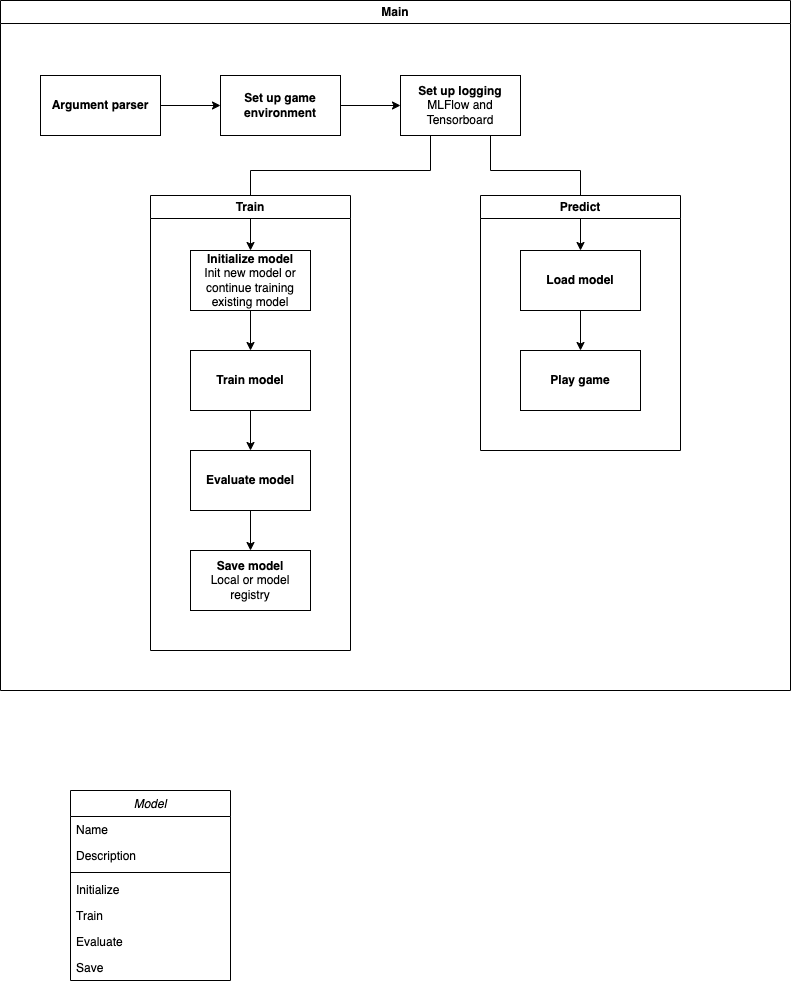
The draw.io diagram code_structure.drawio.png in hjerpe/open-ai-gym, before a commit. Source tidied: cells renumbered, new cells last; positions are measured from the earlier drawing's top-left corner, leaving out a move shared by most shapes. The source it was exported from:
```xml
<mxGraphModel>
  <root>
    <mxCell id="0" />
    <mxCell id="1" parent="0" />
    <mxCell id="2" value="Model" style="swimlane;fontStyle=2;align=center;verticalAlign=top;horizontal=1;startSize=26;rounded=0;shadow=0;strokeWidth=1;" parent="1" vertex="1">
      <mxGeometry x="70" y="790" width="160" height="190" as="geometry" />
    </mxCell>
    <mxCell id="3" value="Name" style="text;align=left;verticalAlign=top;spacingLeft=4;spacingRight=4;overflow=hidden;" parent="2" vertex="1">
      <mxGeometry y="26" width="160" height="26" as="geometry" />
    </mxCell>
    <mxCell id="4" value="Description" style="text;align=left;verticalAlign=top;spacingLeft=4;spacingRight=4;overflow=hidden;rounded=0;shadow=0;html=0;" parent="2" vertex="1">
      <mxGeometry y="52" width="160" height="26" as="geometry" />
    </mxCell>
    <mxCell id="5" style="line;html=1;strokeWidth=1;align=left;verticalAlign=middle;spacingTop=-1;spacingLeft=3;spacingRight=3;labelPosition=right;" parent="2" vertex="1">
      <mxGeometry y="78" width="160" height="8" as="geometry" />
    </mxCell>
    <mxCell id="6" value="Initialize" style="text;align=left;verticalAlign=top;spacingLeft=4;spacingRight=4;overflow=hidden;" parent="2" vertex="1">
      <mxGeometry y="86" width="160" height="26" as="geometry" />
    </mxCell>
    <mxCell id="7" value="Train" style="text;align=left;verticalAlign=top;spacingLeft=4;spacingRight=4;overflow=hidden;points=[[0,0.5],[1,0.5]];portConstraint=eastwest;" parent="2" vertex="1">
      <mxGeometry y="112" width="160" height="26" as="geometry" />
    </mxCell>
    <mxCell id="8" value="Evaluate" style="text;align=left;verticalAlign=top;spacingLeft=4;spacingRight=4;overflow=hidden;" parent="2" vertex="1">
      <mxGeometry y="138" width="160" height="26" as="geometry" />
    </mxCell>
    <mxCell id="9" value="Save" style="text;align=left;verticalAlign=top;spacingLeft=4;spacingRight=4;overflow=hidden;" parent="2" vertex="1">
      <mxGeometry y="164" width="160" height="26" as="geometry" />
    </mxCell>
    <mxCell id="10" value="Main" style="swimlane;whiteSpace=wrap;html=1;fillColor=default;" parent="1" vertex="1">
      <mxGeometry width="790" height="690" as="geometry" />
    </mxCell>
    <mxCell id="11" value="&lt;b&gt;Argument parser&lt;/b&gt;" style="rounded=0;whiteSpace=wrap;html=1;fillColor=default;" parent="10" vertex="1">
      <mxGeometry x="40" y="75" width="120" height="60" as="geometry" />
    </mxCell>
    <mxCell id="12" value="&lt;b&gt;Set up game environment&lt;/b&gt;" style="rounded=0;whiteSpace=wrap;html=1;fillColor=default;" parent="10" vertex="1">
      <mxGeometry x="220" y="75" width="120" height="60" as="geometry" />
    </mxCell>
    <mxCell id="13" style="endArrow=classic;html=1;rounded=0;exitX=1;exitY=0.5;exitDx=0;exitDy=0;" parent="10" edge="1" source="11" target="12">
      <mxGeometry relative="1" as="geometry" />
    </mxCell>
    <mxCell id="14" style="edgeStyle=orthogonalEdgeStyle;rounded=0;jettySize=auto;html=1;exitX=0.25;exitY=1;exitDx=0;exitDy=0;entryX=0.5;entryY=0;entryDx=0;entryDy=0;" parent="10" edge="1" source="16" target="20">
      <mxGeometry relative="1" as="geometry">
        <Array as="points">
          <mxPoint x="430" y="170" />
          <mxPoint x="250" y="170" />
        </Array>
      </mxGeometry>
    </mxCell>
    <mxCell id="15" style="edgeStyle=orthogonalEdgeStyle;rounded=0;jettySize=auto;html=1;exitX=0.75;exitY=1;exitDx=0;exitDy=0;entryX=0.5;entryY=0;entryDx=0;entryDy=0;" parent="10" edge="1" source="16" target="28">
      <mxGeometry relative="1" as="geometry">
        <Array as="points">
          <mxPoint x="490" y="170" />
          <mxPoint x="580" y="170" />
        </Array>
      </mxGeometry>
    </mxCell>
    <mxCell id="16" value="&lt;b&gt;Set up logging&lt;/b&gt;&lt;br&gt;MLFlow and Tensorboard" style="rounded=0;whiteSpace=wrap;html=1;fillColor=default;" parent="10" vertex="1">
      <mxGeometry x="400" y="75" width="120" height="60" as="geometry" />
    </mxCell>
    <mxCell id="17" style="endArrow=classic;html=1;rounded=0;exitX=1;exitY=0.5;exitDx=0;exitDy=0;" parent="10" edge="1" source="12" target="16">
      <mxGeometry relative="1" as="geometry" />
    </mxCell>
    <mxCell id="18" value="Train" style="swimlane;whiteSpace=wrap;html=1;fillColor=default;startSize=23;" parent="10" vertex="1">
      <mxGeometry x="150" y="195" width="200" height="455" as="geometry" />
    </mxCell>
    <mxCell id="19" style="edgeStyle=orthogonalEdgeStyle;rounded=0;jettySize=auto;html=1;" parent="18" edge="1" source="20" target="22">
      <mxGeometry relative="1" as="geometry" />
    </mxCell>
    <mxCell id="20" value="&lt;b&gt;Initialize&amp;nbsp;model&lt;/b&gt;&lt;br&gt;Init new model or continue training existing model" style="rounded=0;whiteSpace=wrap;html=1;fillColor=default;" parent="18" vertex="1">
      <mxGeometry x="40" y="55" width="120" height="60" as="geometry" />
    </mxCell>
    <mxCell id="21" style="edgeStyle=orthogonalEdgeStyle;rounded=0;jettySize=auto;html=1;" parent="18" edge="1" source="22" target="24">
      <mxGeometry relative="1" as="geometry" />
    </mxCell>
    <mxCell id="22" value="&lt;b&gt;Train model&lt;/b&gt;" style="whiteSpace=wrap;html=1;rounded=0;" parent="18" vertex="1">
      <mxGeometry x="40" y="155" width="120" height="60" as="geometry" />
    </mxCell>
    <mxCell id="23" style="edgeStyle=orthogonalEdgeStyle;rounded=0;jettySize=auto;html=1;" parent="18" edge="1" source="24" target="25">
      <mxGeometry relative="1" as="geometry" />
    </mxCell>
    <mxCell id="24" value="&lt;b&gt;Evaluate model&lt;/b&gt;" style="whiteSpace=wrap;html=1;rounded=0;" parent="18" vertex="1">
      <mxGeometry x="40" y="255" width="120" height="60" as="geometry" />
    </mxCell>
    <mxCell id="25" value="&lt;b&gt;Save model&lt;/b&gt;&lt;br&gt;Local or model registry" style="whiteSpace=wrap;html=1;rounded=0;" parent="18" vertex="1">
      <mxGeometry x="40" y="355" width="120" height="60" as="geometry" />
    </mxCell>
    <mxCell id="26" value="Predict" style="swimlane;whiteSpace=wrap;html=1;fillColor=default;startSize=23;" parent="10" vertex="1">
      <mxGeometry x="480" y="195" width="200" height="255" as="geometry" />
    </mxCell>
    <mxCell id="27" style="edgeStyle=orthogonalEdgeStyle;rounded=0;jettySize=auto;html=1;" parent="26" edge="1" source="28" target="29">
      <mxGeometry relative="1" as="geometry" />
    </mxCell>
    <mxCell id="28" value="&lt;b&gt;Load model&lt;/b&gt;" style="rounded=0;whiteSpace=wrap;html=1;fillColor=default;" parent="26" vertex="1">
      <mxGeometry x="40" y="55" width="120" height="60" as="geometry" />
    </mxCell>
    <mxCell id="29" value="&lt;b&gt;Play game&lt;/b&gt;" style="whiteSpace=wrap;html=1;rounded=0;" parent="26" vertex="1">
      <mxGeometry x="40" y="155" width="120" height="60" as="geometry" />
    </mxCell>
  </root>
</mxGraphModel>
```
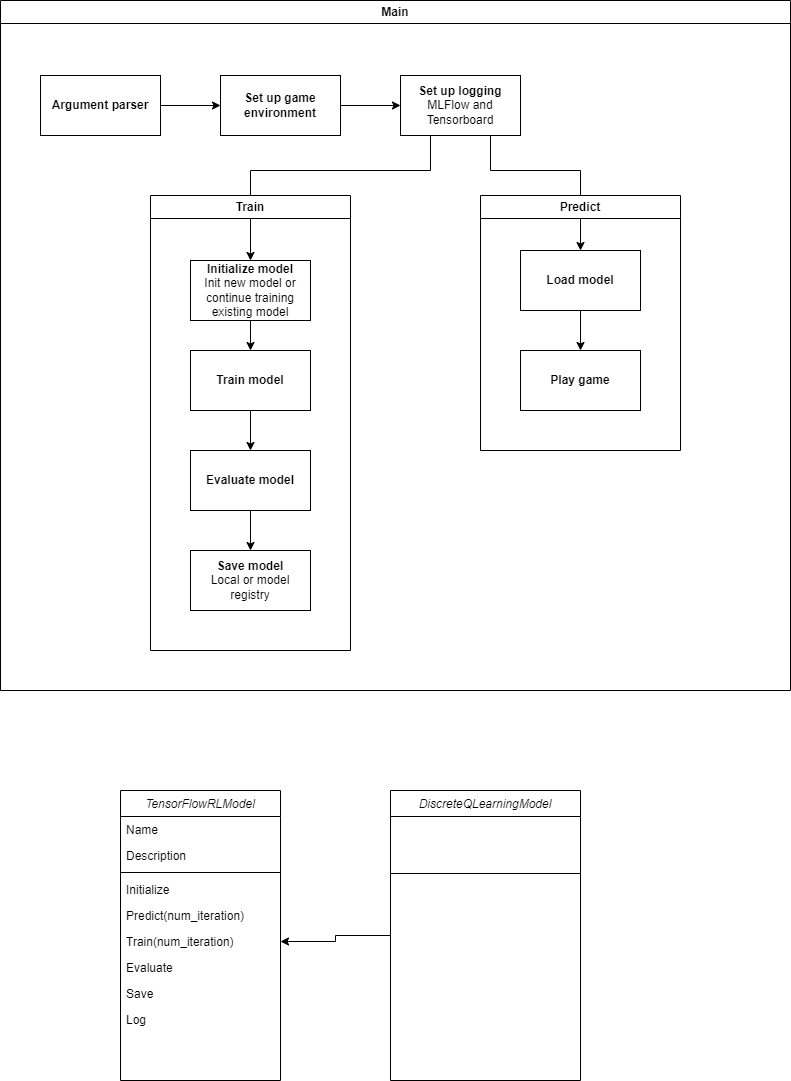
The same file after the commit.

Commit message:
Update code structure drawio

The edit, as a diff of the source:
```diff
@@ -2,8 +2,8 @@
   <root>
     <mxCell id="0" />
     <mxCell id="1" parent="0" />
-    <mxCell id="2" value="Model" style="swimlane;fontStyle=2;align=center;verticalAlign=top;horizontal=1;startSize=26;rounded=0;shadow=0;strokeWidth=1;" parent="1" vertex="1">
-      <mxGeometry x="70" y="790" width="160" height="190" as="geometry" />
+    <mxCell id="2" value="TensorFlowRLModel" style="swimlane;fontStyle=2;align=center;verticalAlign=top;horizontal=1;startSize=26;rounded=0;shadow=0;strokeWidth=1;" parent="1" vertex="1">
+      <mxGeometry x="120" y="790" width="160" height="290" as="geometry" />
     </mxCell>
     <mxCell id="3" value="Name" style="text;align=left;verticalAlign=top;spacingLeft=4;spacingRight=4;overflow=hidden;" parent="2" vertex="1">
       <mxGeometry y="26" width="160" height="26" as="geometry" />
@@ -17,15 +17,21 @@
     <mxCell id="6" value="Initialize" style="text;align=left;verticalAlign=top;spacingLeft=4;spacingRight=4;overflow=hidden;" parent="2" vertex="1">
       <mxGeometry y="86" width="160" height="26" as="geometry" />
     </mxCell>
+    <mxCell id="30" value="Predict(num_iteration)" style="text;align=left;verticalAlign=top;spacingLeft=4;spacingRight=4;overflow=hidden;" parent="2" vertex="1">
+      <mxGeometry y="112" width="160" height="26" as="geometry" />
+    </mxCell>
-    <mxCell id="7" value="Train" style="text;align=left;verticalAlign=top;spacingLeft=4;spacingRight=4;overflow=hidden;points=[[0,0.5],[1,0.5]];portConstraint=eastwest;" parent="2" vertex="1">
-      <mxGeometry y="112" width="160" height="26" as="geometry" />
+    <mxCell id="7" value="Train(num_iteration)" style="text;align=left;verticalAlign=top;spacingLeft=4;spacingRight=4;overflow=hidden;points=[[0,0.5],[1,0.5]];portConstraint=eastwest;" parent="2" vertex="1">
+      <mxGeometry y="138" width="160" height="26" as="geometry" />
     </mxCell>
     <mxCell id="8" value="Evaluate" style="text;align=left;verticalAlign=top;spacingLeft=4;spacingRight=4;overflow=hidden;" parent="2" vertex="1">
-      <mxGeometry y="138" width="160" height="26" as="geometry" />
+      <mxGeometry y="164" width="160" height="26" as="geometry" />
     </mxCell>
     <mxCell id="9" value="Save" style="text;align=left;verticalAlign=top;spacingLeft=4;spacingRight=4;overflow=hidden;" parent="2" vertex="1">
-      <mxGeometry y="164" width="160" height="26" as="geometry" />
+      <mxGeometry y="190" width="160" height="26" as="geometry" />
     </mxCell>
+    <mxCell id="31" value="Log" style="text;align=left;verticalAlign=top;spacingLeft=4;spacingRight=4;overflow=hidden;" parent="2" vertex="1">
+      <mxGeometry y="216" width="160" height="26" as="geometry" />
+    </mxCell>
     <mxCell id="10" value="Main" style="swimlane;whiteSpace=wrap;html=1;fillColor=default;" parent="1" vertex="1">
       <mxGeometry width="790" height="690" as="geometry" />
     </mxCell>
@@ -67,7 +73,7 @@
       <mxGeometry relative="1" as="geometry" />
     </mxCell>
     <mxCell id="20" value="&lt;b&gt;Initialize&amp;nbsp;model&lt;/b&gt;&lt;br&gt;Init new model or continue training existing model" style="rounded=0;whiteSpace=wrap;html=1;fillColor=default;" parent="18" vertex="1">
-      <mxGeometry x="40" y="55" width="120" height="60" as="geometry" />
+      <mxGeometry x="40" y="65" width="120" height="60" as="geometry" />
     </mxCell>
     <mxCell id="21" style="edgeStyle=orthogonalEdgeStyle;rounded=0;jettySize=auto;html=1;" parent="18" edge="1" source="22" target="24">
       <mxGeometry relative="1" as="geometry" />
@@ -96,5 +102,14 @@
     <mxCell id="29" value="&lt;b&gt;Play game&lt;/b&gt;" style="whiteSpace=wrap;html=1;rounded=0;" parent="26" vertex="1">
       <mxGeometry x="40" y="155" width="120" height="60" as="geometry" />
     </mxCell>
+    <mxCell id="32" style="edgeStyle=orthogonalEdgeStyle;rounded=0;jettySize=auto;html=1;entryX=1;entryY=0.5;entryDx=0;entryDy=0;" parent="1" edge="1" source="33" target="7">
+      <mxGeometry relative="1" as="geometry" />
+    </mxCell>
+    <mxCell id="33" value="DiscreteQLearningModel" style="swimlane;fontStyle=2;align=center;verticalAlign=top;horizontal=1;startSize=26;rounded=0;shadow=0;strokeWidth=1;" parent="1" vertex="1">
+      <mxGeometry x="390" y="790" width="190" height="290" as="geometry" />
+    </mxCell>
+    <mxCell id="34" style="line;html=1;strokeWidth=1;align=left;verticalAlign=middle;spacingTop=-1;spacingLeft=3;spacingRight=3;labelPosition=right;" parent="33" vertex="1">
+      <mxGeometry y="26" width="190" height="114" as="geometry" />
+    </mxCell>
   </root>
 </mxGraphModel>
```
